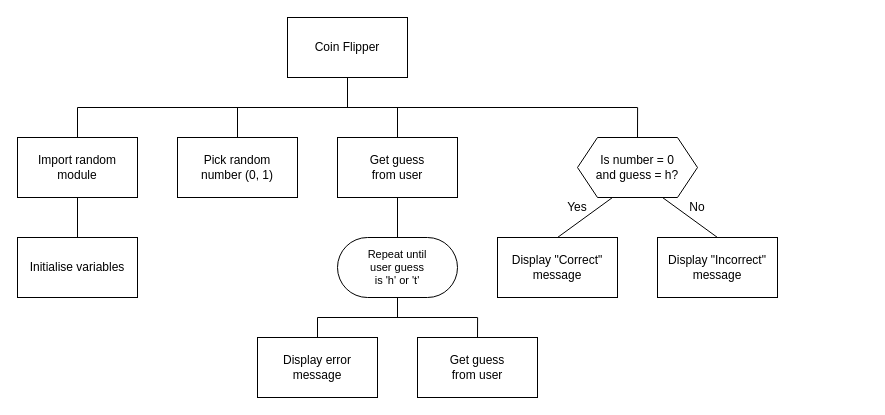
The draw.io diagram page "sd2" (2 of 2) of n5-cs/sdd/N5-SDD-Coin-Flipper/assets/N5 SDD Coin Flipper.drawio in MrFriendCS/MrFriendCS.github.io, before the edit. Source tidied: cells renumbered, new cells numbered last; positions are measured from the earlier drawing's top-left corner, leaving out a move shared by most shapes. Both pictures are drawn from the tidied source at 100%, with x=0, y=0 at pixel (17, 17).
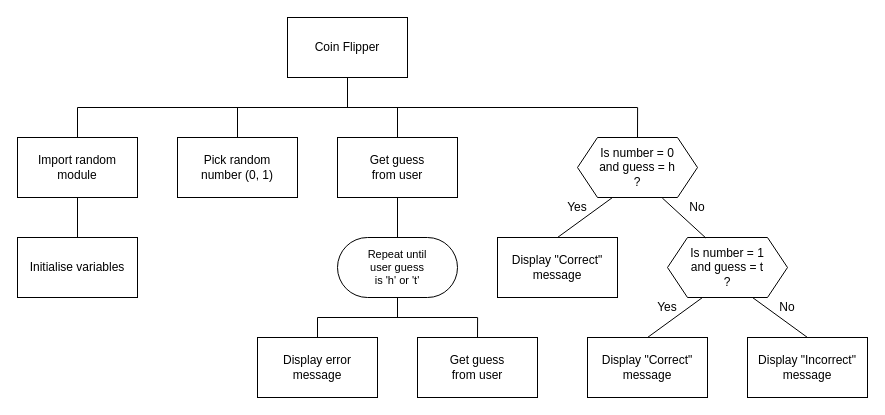
Above is the later version.

Change to the diagram source:
```diff
@@
-    <mxCell id="9" value="&lt;span&gt;Display &quot;Incorrect&quot;&lt;/span&gt;&lt;div&gt;&lt;span&gt;message&lt;/span&gt;&lt;/div&gt;" style="rounded=0;whiteSpace=wrap;html=1;align=center;fillColor=none;" parent="1" vertex="1">
-      <mxGeometry x="640" y="220" width="120" height="60" as="geometry" />
-    </mxCell>
@@
-    <mxCell id="16" style="edgeStyle=none;rounded=0;jettySize=auto;html=1;exitX=0.75;exitY=1;exitDx=0;exitDy=0;entryX=0.5;entryY=0;entryDx=0;entryDy=0;endArrow=none;endFill=0;" parent="1" edge="1" target="9">
-      <mxGeometry relative="1" as="geometry">
-        <mxPoint x="645" y="180" as="sourcePoint" />
-      </mxGeometry>
+    <mxCell id="16" style="edgeStyle=none;rounded=0;jettySize=auto;html=1;exitX=0.707;exitY=1.009;exitDx=0;exitDy=0;entryX=0.32;entryY=0.009;entryDx=0;entryDy=0;endArrow=none;endFill=0;entryPerimeter=0;exitPerimeter=0;" parent="1" edge="1" source="23" target="34">
+      <mxGeometry relative="1" as="geometry" />
     </mxCell>
@@
-    <mxCell id="23" value="Is number = 0&lt;div&gt;and guess = h?&lt;/div&gt;" style="shape=hexagon;perimeter=hexagonPerimeter2;whiteSpace=wrap;html=1;fixedSize=1;fontFamily=Helvetica;fontSize=12;fontColor=default;labelBackgroundColor=default;fillColor=none;" parent="1" vertex="1">
+    <mxCell id="23" value="Is number = 0&lt;div&gt;and guess = h&lt;/div&gt;&lt;div&gt;?&lt;/div&gt;" style="shape=hexagon;perimeter=hexagonPerimeter2;whiteSpace=wrap;html=1;fixedSize=1;fontFamily=Helvetica;fontSize=12;fontColor=default;labelBackgroundColor=default;fillColor=none;" parent="1" vertex="1">
       <mxGeometry x="560" y="120" width="120" height="60" as="geometry" />
     </mxCell>
@@
+    <mxCell id="29" value="Display &quot;Correct&quot;&lt;div&gt;message&lt;/div&gt;" style="rounded=0;whiteSpace=wrap;html=1;fillColor=none;" parent="1" vertex="1">
+      <mxGeometry x="570" y="320" width="120" height="60" as="geometry" />
+    </mxCell>
+    <mxCell id="9" value="&lt;span&gt;Display &quot;Incorrect&quot;&lt;/span&gt;&lt;div&gt;&lt;span&gt;message&lt;/span&gt;&lt;/div&gt;" style="rounded=0;whiteSpace=wrap;html=1;align=center;fillColor=none;" parent="1" vertex="1">
+      <mxGeometry x="730" y="320" width="120" height="60" as="geometry" />
+    </mxCell>
+    <mxCell id="30" style="rounded=0;jettySize=auto;html=1;exitX=0.25;exitY=1;exitDx=0;exitDy=0;entryX=0.5;entryY=0;entryDx=0;entryDy=0;endArrow=none;endFill=0;" parent="1" edge="1" target="29">
+      <mxGeometry relative="1" as="geometry">
+        <mxPoint x="685" y="280" as="sourcePoint" />
+      </mxGeometry>
+    </mxCell>
+    <mxCell id="31" style="edgeStyle=none;rounded=0;jettySize=auto;html=1;exitX=0.75;exitY=1;exitDx=0;exitDy=0;entryX=0.5;entryY=0;entryDx=0;entryDy=0;endArrow=none;endFill=0;" parent="1" edge="1" target="9">
+      <mxGeometry relative="1" as="geometry">
+        <mxPoint x="735" y="280" as="sourcePoint" />
+      </mxGeometry>
+    </mxCell>
+    <mxCell id="32" value="Yes" style="text;html=1;strokeColor=none;fillColor=none;align=center;verticalAlign=middle;whiteSpace=wrap;rounded=0;" parent="1" vertex="1">
+      <mxGeometry x="630" y="280" width="40" height="20" as="geometry" />
+    </mxCell>
+    <mxCell id="33" value="No" style="text;html=1;strokeColor=none;fillColor=none;align=center;verticalAlign=middle;whiteSpace=wrap;rounded=0;" parent="1" vertex="1">
+      <mxGeometry x="750" y="280" width="40" height="20" as="geometry" />
+    </mxCell>
+    <mxCell id="34" value="Is number = 1&lt;div&gt;and guess = t&lt;/div&gt;&lt;div&gt;?&lt;/div&gt;" style="shape=hexagon;perimeter=hexagonPerimeter2;whiteSpace=wrap;html=1;fixedSize=1;fontFamily=Helvetica;fontSize=12;fontColor=default;labelBackgroundColor=default;fillColor=none;" parent="1" vertex="1">
+      <mxGeometry x="650" y="220" width="120" height="60" as="geometry" />
+    </mxCell>
```
